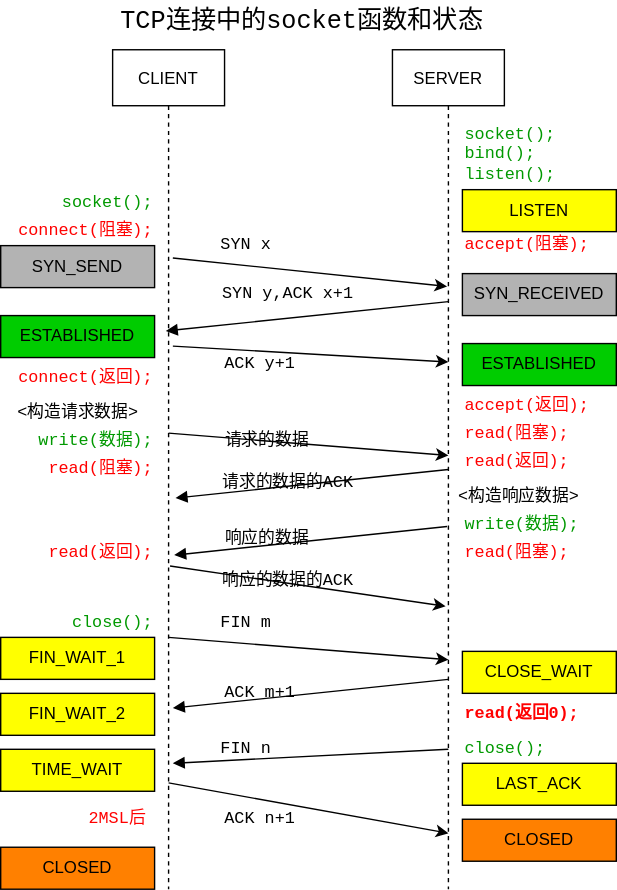
Above: src/computer-networking-programming/socket/socket-function-in-tcp-state-diagram.svg in linianhui/blog (draw.io), before the change. Source tidied: cells renumbered, new cells last; positions are measured from the earlier drawing's top-left corner, leaving out a move shared by most shapes.
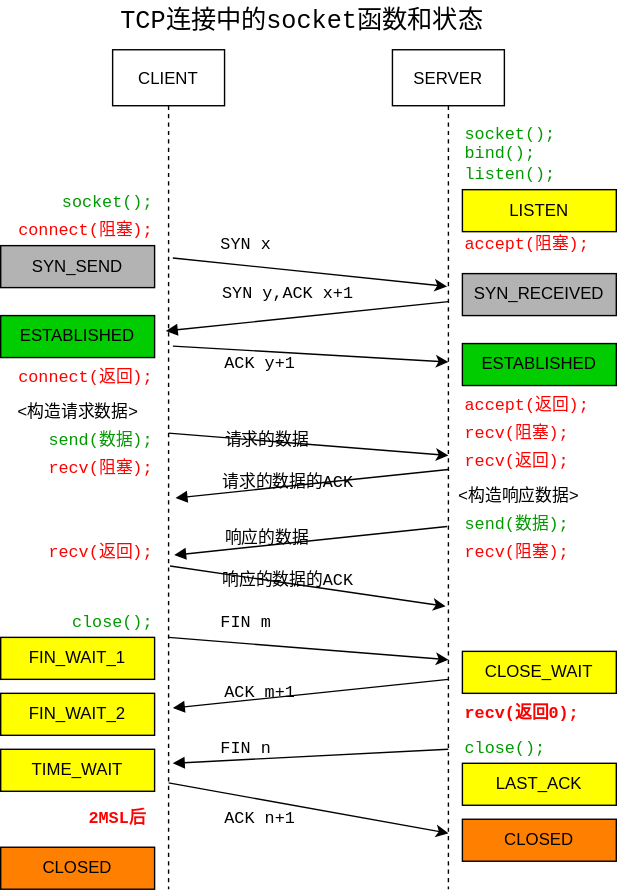
The same diagram one commit later.

The edit, as a diff of the source:
```diff
@@ -59,16 +59,16 @@
     <mxCell id="20" value="ACK y+1" style="text;html=1;align=center;verticalAlign=middle;fontFamily=Courier New;fontColor=#000000;" parent="1" vertex="1">
       <mxGeometry x="150" y="250" width="70" height="20" as="geometry" />
     </mxCell>
-    <mxCell id="21" value="&lt;div&gt;read(阻塞);&lt;br&gt;&lt;/div&gt;" style="text;html=1;align=left;verticalAlign=middle;fontStyle=0;fontFamily=Courier New;fontColor=#FF0000;" parent="1" vertex="1">
+    <mxCell id="21" value="&lt;div&gt;recv(阻塞);&lt;br&gt;&lt;/div&gt;" style="text;html=1;align=left;verticalAlign=middle;fontStyle=0;fontFamily=Courier New;fontColor=#FF0000;" parent="1" vertex="1">
       <mxGeometry x="330" y="300" width="90" height="20" as="geometry" />
     </mxCell>
-    <mxCell id="22" value="&lt;div&gt;write(数据);&lt;/div&gt;" style="text;html=1;align=right;verticalAlign=middle;fontStyle=0;fontFamily=Courier New;fontColor=#009900;" parent="1" vertex="1">
-      <mxGeometry x="10" y="305" width="100" height="20" as="geometry" />
+    <mxCell id="22" value="&lt;div&gt;send(数据);&lt;/div&gt;" style="text;html=1;align=right;verticalAlign=middle;fontStyle=0;fontFamily=Courier New;fontColor=#009900;" parent="1" vertex="1">
+      <mxGeometry x="20" y="305" width="90" height="20" as="geometry" />
     </mxCell>
-    <mxCell id="23" value="&lt;div&gt;read(阻塞);&lt;br&gt;&lt;/div&gt;" style="text;html=1;align=right;verticalAlign=middle;fontStyle=0;fontFamily=Courier New;fontColor=#FF0000;" parent="1" vertex="1">
+    <mxCell id="23" value="&lt;div&gt;recv(阻塞);&lt;br&gt;&lt;/div&gt;" style="text;html=1;align=right;verticalAlign=middle;fontStyle=0;fontFamily=Courier New;fontColor=#FF0000;" parent="1" vertex="1">
       <mxGeometry x="20" y="325" width="90" height="20" as="geometry" />
     </mxCell>
-    <mxCell id="24" value="&lt;div&gt;read(返回);&lt;br&gt;&lt;/div&gt;" style="text;html=1;align=left;verticalAlign=middle;fontStyle=0;fontFamily=Courier New;fontColor=#FF0000;" parent="1" vertex="1">
+    <mxCell id="24" value="&lt;div&gt;recv(返回);&lt;br&gt;&lt;/div&gt;" style="text;html=1;align=left;verticalAlign=middle;fontStyle=0;fontFamily=Courier New;fontColor=#FF0000;" parent="1" vertex="1">
       <mxGeometry x="330" y="320" width="90" height="20" as="geometry" />
     </mxCell>
     <mxCell id="25" value="&amp;lt;构造请求数据&amp;gt;" style="text;html=1;align=center;verticalAlign=middle;fontFamily=Courier New;fontColor=#000000;" parent="1" vertex="1">
@@ -89,13 +89,13 @@
     <mxCell id="30" value="请求的数据的ACK" style="text;html=1;align=center;verticalAlign=middle;fontFamily=Courier New;fontColor=#000000;" parent="1" vertex="1">
       <mxGeometry x="150" y="335" width="110" height="20" as="geometry" />
     </mxCell>
-    <mxCell id="31" value="&lt;div&gt;write(数据);&lt;/div&gt;" style="text;html=1;align=left;verticalAlign=middle;fontStyle=0;fontFamily=Courier New;fontColor=#009900;" parent="1" vertex="1">
-      <mxGeometry x="330" y="365" width="100" height="20" as="geometry" />
+    <mxCell id="31" value="&lt;div&gt;send(数据);&lt;/div&gt;" style="text;html=1;align=left;verticalAlign=middle;fontStyle=0;fontFamily=Courier New;fontColor=#009900;" parent="1" vertex="1">
+      <mxGeometry x="330" y="365" width="90" height="20" as="geometry" />
     </mxCell>
-    <mxCell id="32" value="&lt;div&gt;read(阻塞);&lt;br&gt;&lt;/div&gt;" style="text;html=1;align=left;verticalAlign=middle;fontStyle=0;fontFamily=Courier New;fontColor=#FF0000;" parent="1" vertex="1">
+    <mxCell id="32" value="&lt;div&gt;recv(阻塞);&lt;br&gt;&lt;/div&gt;" style="text;html=1;align=left;verticalAlign=middle;fontStyle=0;fontFamily=Courier New;fontColor=#FF0000;" parent="1" vertex="1">
       <mxGeometry x="330" y="385" width="90" height="20" as="geometry" />
     </mxCell>
-    <mxCell id="33" value="&lt;div&gt;read(返回);&lt;br&gt;&lt;/div&gt;" style="text;html=1;align=right;verticalAlign=middle;fontStyle=0;fontFamily=Courier New;fontColor=#FF0000;" parent="1" vertex="1">
+    <mxCell id="33" value="&lt;div&gt;recv(返回);&lt;br&gt;&lt;/div&gt;" style="text;html=1;align=right;verticalAlign=middle;fontStyle=0;fontFamily=Courier New;fontColor=#FF0000;" parent="1" vertex="1">
       <mxGeometry x="20" y="385" width="90" height="20" as="geometry" />
     </mxCell>
     <mxCell id="34" value="响应的数据" style="text;html=1;align=center;verticalAlign=middle;fontFamily=Courier New;fontColor=#000000;" parent="1" vertex="1">
@@ -134,7 +134,7 @@
     <mxCell id="43" value="FIN m" style="text;html=1;align=center;verticalAlign=middle;fontFamily=Courier New;fontColor=#000000;" parent="1" vertex="1">
       <mxGeometry x="150" y="435" width="50" height="20" as="geometry" />
     </mxCell>
-    <mxCell id="44" value="&lt;div&gt;read(返回0);&lt;br&gt;&lt;/div&gt;" style="text;html=1;align=left;verticalAlign=middle;fontStyle=1;fontFamily=Courier New;fontColor=#FF0000;" parent="1" vertex="1">
+    <mxCell id="44" value="&lt;div&gt;recv(返回0);&lt;br&gt;&lt;/div&gt;" style="text;html=1;align=left;verticalAlign=middle;fontStyle=1;fontFamily=Courier New;fontColor=#FF0000;" parent="1" vertex="1">
       <mxGeometry x="330" y="500" width="100" height="20" as="geometry" />
     </mxCell>
     <mxCell id="45" value="&#10;" style="verticalAlign=bottom;endArrow=block;shadow=0;strokeWidth=1;exitX=0.5;exitY=0.389;exitDx=0;exitDy=0;exitPerimeter=0;entryX=0.538;entryY=0.766;entryDx=0;entryDy=0;entryPerimeter=0;" parent="1" edge="1">
@@ -176,7 +176,7 @@
     <mxCell id="54" value="CLOSED" style="rounded=0;whiteSpace=wrap;html=1;fillColor=#FF8000;" parent="1" vertex="1">
       <mxGeometry y="605" width="110" height="30" as="geometry" />
     </mxCell>
-    <mxCell id="55" value="2MSL后" style="text;html=1;align=right;verticalAlign=middle;fontFamily=Courier New;fontColor=#FF0000;" parent="1" vertex="1">
+    <mxCell id="55" value="2MSL后" style="text;html=1;align=right;verticalAlign=middle;fontFamily=Courier New;fontColor=#FF0000;fontStyle=1;" parent="1" vertex="1">
       <mxGeometry x="45" y="575" width="60" height="20" as="geometry" />
     </mxCell>
     <mxCell id="56" value="&#10;" style="verticalAlign=bottom;endArrow=block;shadow=0;strokeWidth=1;exitX=0.488;exitY=0.568;exitDx=0;exitDy=0;exitPerimeter=0;entryX=0.55;entryY=0.602;entryDx=0;entryDy=0;entryPerimeter=0;" parent="1" edge="1">
```
